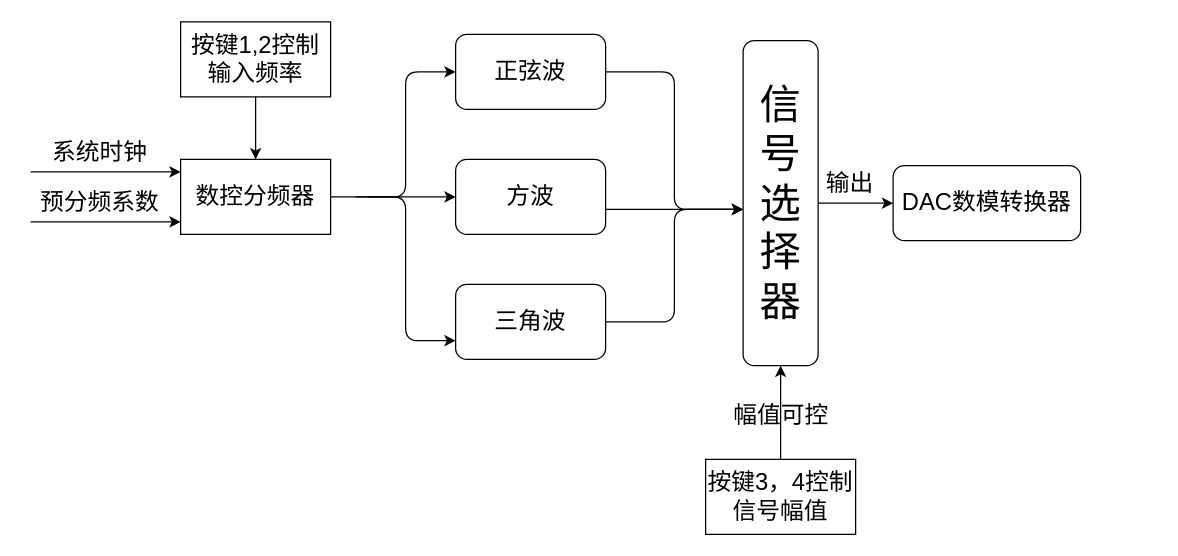
Before: 多功能信号发生器.drawio in 1668447214/flow_chart, a draw.io diagram. Source tidied: cells renumbered, new cells numbered last; positions are measured from the earlier drawing's top-left corner, leaving out a move shared by most shapes. Both pictures are drawn from the tidied source at 125%, with x=0, y=0 at pixel (30, 21).
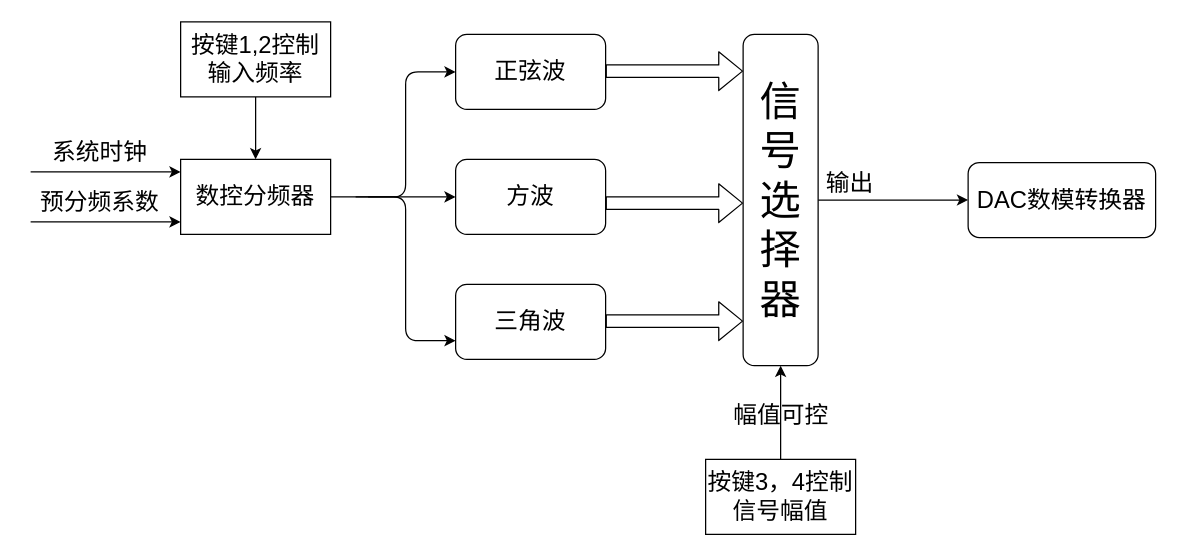
The same page after the edit.

Commit message (it also covers changes not shown here):
更新多功能信号发生器.drawio

Diff of the diagram source:
```diff
@@
-    <mxCell id="17" style="edgeStyle=elbowEdgeStyle;elbow=horizontal;endArrow=classic;html=1;fontSize=19;strokeWidth=1;" parent="1" edge="1">
-      <mxGeometry relative="1" as="geometry">
-        <mxPoint x="460" y="40" as="sourcePoint" />
-        <mxPoint x="570" y="150" as="targetPoint" />
-      </mxGeometry>
-    </mxCell>
-    <mxCell id="18" style="edgeStyle=elbowEdgeStyle;elbow=horizontal;endArrow=classic;html=1;fontSize=19;strokeWidth=1;" parent="1" edge="1">
-      <mxGeometry relative="1" as="geometry">
-        <mxPoint x="460" y="240" as="sourcePoint" />
-        <mxPoint x="570" y="150" as="targetPoint" />
-      </mxGeometry>
-    </mxCell>
-    <mxCell id="19" style="endArrow=classic;html=1;fontSize=19;strokeWidth=1;" parent="1" edge="1">
-      <mxGeometry relative="1" as="geometry">
-        <mxPoint x="460" y="150" as="sourcePoint" />
-        <mxPoint x="570" y="150" as="targetPoint" />
-      </mxGeometry>
-    </mxCell>
@@
     <mxCell id="21" value="&lt;font style=&quot;font-size: 33px&quot;&gt;信&lt;br&gt;号&lt;br&gt;选&lt;br&gt;择&lt;br&gt;器&lt;/font&gt;" style="rounded=1;whiteSpace=wrap;html=1;fontSize=19;strokeWidth=1;" parent="1" vertex="1">
-      <mxGeometry x="570" y="15" width="60" height="260" as="geometry" />
+      <mxGeometry x="570" y="10" width="60" height="265" as="geometry" />
     </mxCell>
     <mxCell id="22" value="DAC数模转换器" style="rounded=1;whiteSpace=wrap;html=1;fontSize=19;strokeWidth=1;" parent="1" vertex="1">
-      <mxGeometry x="690" y="115" width="150" height="60" as="geometry" />
+      <mxGeometry x="750" y="112.5" width="150" height="60" as="geometry" />
     </mxCell>
@@
+    <mxCell id="25" style="shape=flexArrow;endArrow=classic;html=1;fontSize=19;strokeWidth=1;" parent="1" edge="1">
+      <mxGeometry relative="1" as="geometry">
+        <mxPoint x="460" y="239.4" as="sourcePoint" />
+        <mxPoint x="570" y="239.4" as="targetPoint" />
+      </mxGeometry>
+    </mxCell>
+    <mxCell id="26" style="shape=flexArrow;endArrow=classic;html=1;fontSize=19;strokeWidth=1;" parent="1" edge="1">
+      <mxGeometry relative="1" as="geometry">
+        <mxPoint x="460" y="145" as="sourcePoint" />
+        <mxPoint x="570" y="145" as="targetPoint" />
+      </mxGeometry>
+    </mxCell>
+    <mxCell id="27" style="shape=flexArrow;endArrow=classic;html=1;fontSize=19;strokeWidth=1;" parent="1" edge="1">
+      <mxGeometry relative="1" as="geometry">
+        <mxPoint x="460" y="39.4" as="sourcePoint" />
+        <mxPoint x="570" y="39.4" as="targetPoint" />
+      </mxGeometry>
+    </mxCell>
```
